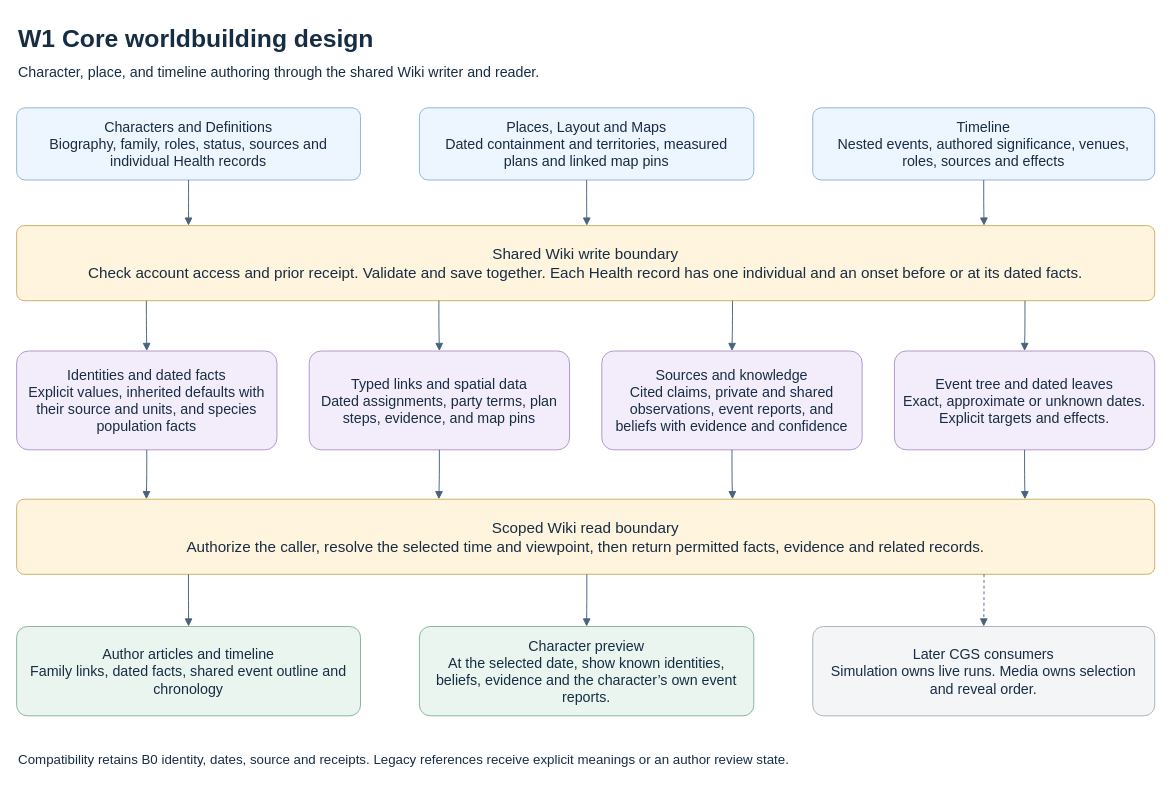
Before: page "W1 Core worldbuilding design" (5 of 17) of docs/CGS_Codex_Local_Handoff/CGS_First_Playable_Architecture.drawio in DEVdaVinci/CGS-v1, a draw.io diagram. Source tidied: cells renumbered, new cells numbered last; positions are measured from the earlier drawing's top-left corner, leaving out a move shared by most shapes. Both pictures are drawn from the tidied source at 95%, with x=0, y=0 at pixel (16, 16).
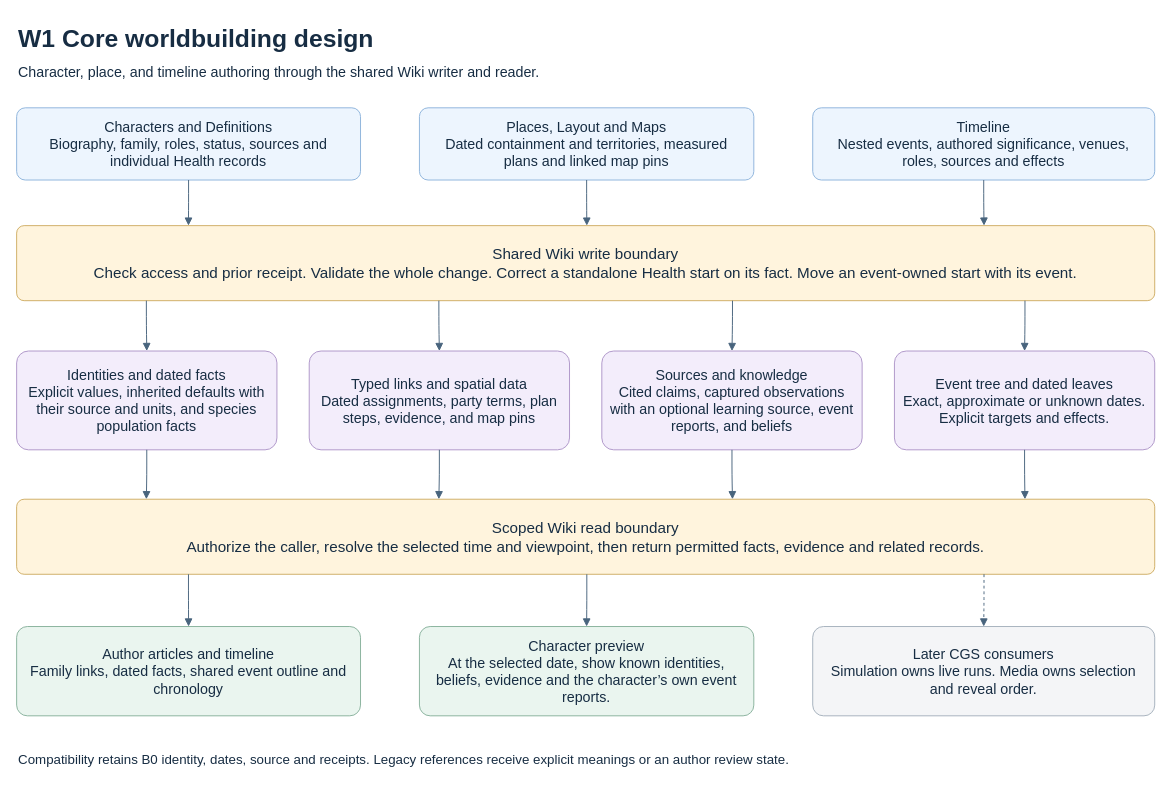
Above is the later version.

The edit, as a diff of the source:
```diff
@@
-    <mxCell id="7" value="Shared Wiki write boundary&#10;Check account access and prior receipt. Validate and save together. Each Health record has one individual and an onset before or at its dated facts." style="rounded=1;arcSize=10;whiteSpace=wrap;spacing=10;fontSize=16;fillColor=#FFF4DD;strokeColor=#CFAD65;fontColor=#172D43;" parent="1" vertex="1">
+    <mxCell id="7" value="Shared Wiki write boundary&#10;Check access and prior receipt. Validate the whole change. Correct a standalone Health start on its fact. Move an event-owned start with its event." style="rounded=1;arcSize=10;whiteSpace=wrap;spacing=10;fontSize=16;fillColor=#FFF4DD;strokeColor=#CFAD65;fontColor=#172D43;" parent="1" vertex="1">
       <mxGeometry y="220" width="1198" height="79" as="geometry" />
     </mxCell>
@@
-    <mxCell id="10" value="Sources and knowledge&#10;Cited claims, private and shared observations, event reports, and beliefs with evidence and confidence" style="rounded=1;arcSize=12;whiteSpace=wrap;spacing=8;fontSize=15;fillColor=#F3EDFB;strokeColor=#AE96C9;fontColor=#172D43;" parent="1" vertex="1">
+    <mxCell id="10" value="Sources and knowledge&#10;Cited claims, captured observations with an optional learning source, event reports, and beliefs" style="rounded=1;arcSize=12;whiteSpace=wrap;spacing=8;fontSize=15;fillColor=#F3EDFB;strokeColor=#AE96C9;fontColor=#172D43;" parent="1" vertex="1">
       <mxGeometry x="616" y="352" width="274" height="104" as="geometry" />
     </mxCell>
```
